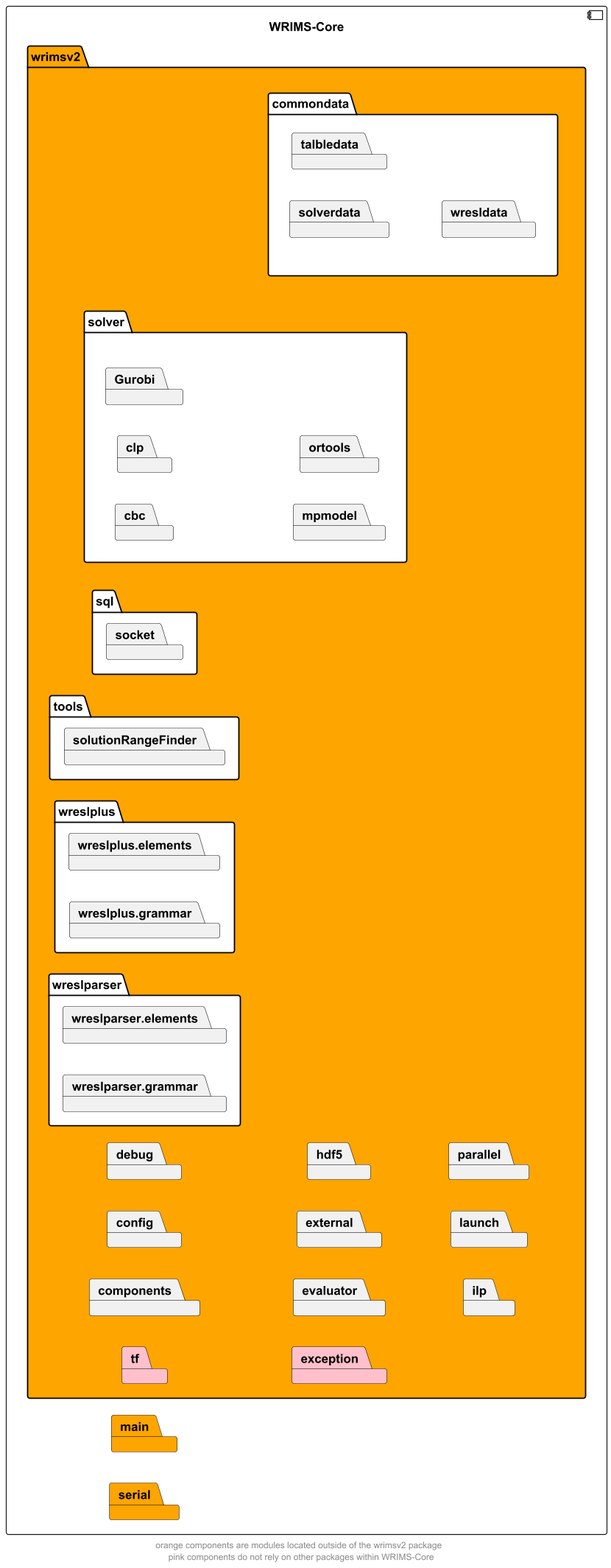
The PlantUML diagram docs/diagrams/wrims-core/wrims-core-packages.png in CentralValleyModeling/wrims, before a commit.
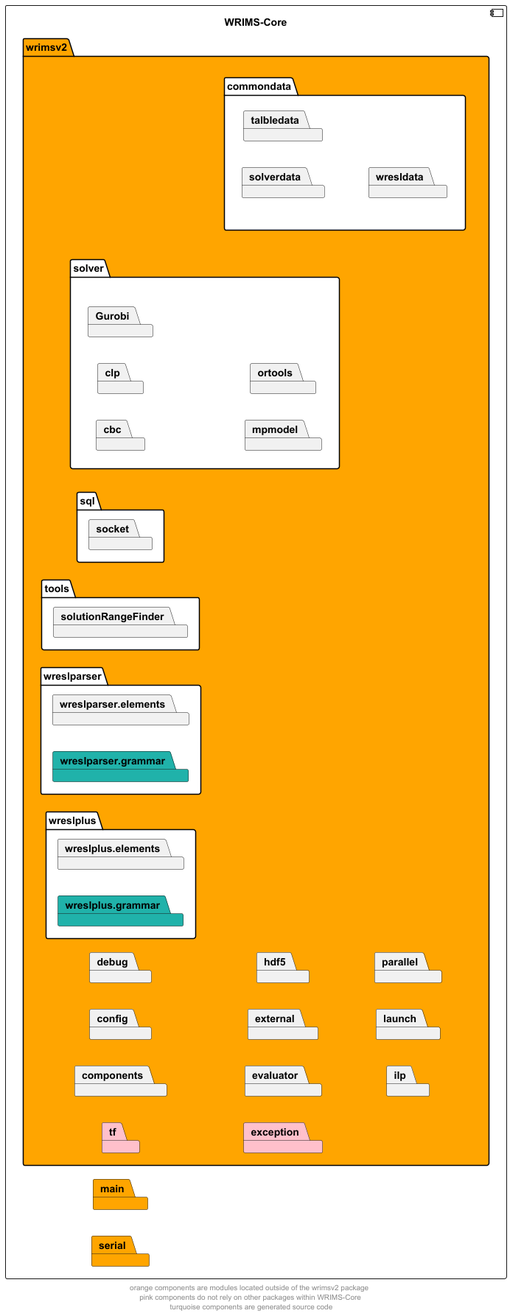
Above is the later version.

Commit message:
Added note about generated code for grammar package

The edit, as a diff of the source:
```diff
@@ -37,11 +37,11 @@
         }
         package wreslparser #white {
             package wreslparser.elements
-            package wreslparser.grammar
+            package wreslparser.grammar #lightseagreen
         }
         package wreslplus #white {
             package wreslplus.elements
-            package wreslplus.grammar
+            package wreslplus.grammar #lightseagreen
         }
     }
 }
@@ -49,6 +49,6 @@
 solver -d[hidden]-> commondata
 tf -d[hidden]-> exception
 
-footer "orange components are modules located outside of the wrimsv2 package \n pink components do not rely on other packages within WRIMS-Core"
+footer "orange components are modules located outside of the wrimsv2 package \n pink components do not rely on other packages within WRIMS-Core \n turquoise components are generated source code"
 
 @enduml
```
